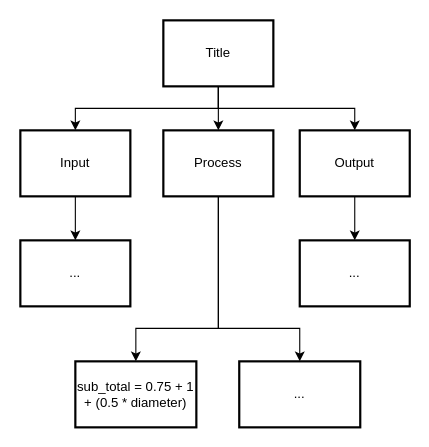
Above: drawio/topDownDesign/topDownDesign.drawio in Aidan-Lalonde-Novales/ICS3U-Assignment5-Python (draw.io), before the change. Source tidied: cells renumbered, new cells numbered last; positions are measured from the earlier drawing's top-left corner, leaving out a move shared by most shapes. Both pictures are drawn from the tidied source at 110%, with x=0, y=0 at pixel (20, 20).
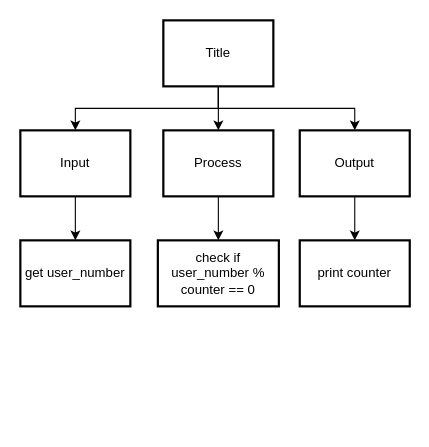
The same diagram, later.

Unchanged cells that the change refers to:
```xml
<mxCell id="4" value="Process" style="rounded=0;whiteSpace=wrap;html=1;absoluteArcSize=1;arcSize=14;strokeWidth=2;" parent="1" vertex="1">
  <mxGeometry x="130" y="100" width="100" height="60" as="geometry" />
</mxCell>
```

Change to the diagram source:
```diff
@@
     <mxCell id="2" style="edgeStyle=none;rounded=0;html=1;exitX=0.5;exitY=1;exitDx=0;exitDy=0;entryX=0.5;entryY=0;entryDx=0;entryDy=0;" parent="1" edge="1" source="4" target="15">
-      <mxGeometry relative="1" as="geometry">
-        <Array as="points">
-          <mxPoint x="180" y="280" />
-          <mxPoint x="105" y="280" />
-        </Array>
-      </mxGeometry>
+      <mxGeometry relative="1" as="geometry" />
     </mxCell>
-    <mxCell id="3" style="edgeStyle=none;rounded=0;html=1;exitX=0.5;exitY=1;exitDx=0;exitDy=0;entryX=0.5;entryY=0;entryDx=0;entryDy=0;" parent="1" edge="1" source="4" target="16">
-      <mxGeometry relative="1" as="geometry">
-        <Array as="points">
-          <mxPoint x="180" y="280" />
-          <mxPoint x="254" y="280" />
-        </Array>
-      </mxGeometry>
-    </mxCell>
@@
-    <mxCell id="13" value="..." style="rounded=0;whiteSpace=wrap;html=1;absoluteArcSize=1;arcSize=14;strokeWidth=2;" parent="1" vertex="1">
+    <mxCell id="13" value="get user_number" style="rounded=0;whiteSpace=wrap;html=1;absoluteArcSize=1;arcSize=14;strokeWidth=2;" parent="1" vertex="1">
       <mxGeometry y="200" width="100" height="60" as="geometry" />
     </mxCell>
-    <mxCell id="14" value="..." style="rounded=0;whiteSpace=wrap;html=1;absoluteArcSize=1;arcSize=14;strokeWidth=2;" parent="1" vertex="1">
+    <mxCell id="14" value="print counter" style="rounded=0;whiteSpace=wrap;html=1;absoluteArcSize=1;arcSize=14;strokeWidth=2;" parent="1" vertex="1">
       <mxGeometry x="254" y="200" width="100" height="60" as="geometry" />
     </mxCell>
-    <mxCell id="15" value="sub_total = 0.75 + 1 + (0.5 * diameter)" style="rounded=0;whiteSpace=wrap;html=1;absoluteArcSize=1;arcSize=14;strokeWidth=2;" parent="1" vertex="1">
-      <mxGeometry x="50" y="310" width="110" height="60" as="geometry" />
+    <mxCell id="15" value="check if user_number % counter == 0" style="rounded=0;whiteSpace=wrap;html=1;absoluteArcSize=1;arcSize=14;strokeWidth=2;" parent="1" vertex="1">
+      <mxGeometry x="125" y="200" width="110" height="60" as="geometry" />
     </mxCell>
-    <mxCell id="16" value="..." style="rounded=0;whiteSpace=wrap;html=1;absoluteArcSize=1;arcSize=14;strokeWidth=2;" parent="1" vertex="1">
-      <mxGeometry x="199" y="310" width="110" height="60" as="geometry" />
-    </mxCell>
```
